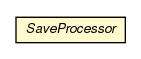
Before: javadoc/coreserver/com/connectlife/coreserver/environment/SaveProcessor.png, a diagram exported from Graphviz (ericpinet/ConnectLife). Its source is kept beside it as javadoc/coreserver/com/connectlife/coreserver/environment/SaveProcessor.dot.
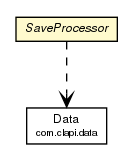
The same diagram one commit later.

The edit, as a diff of the source:
```diff
@@ -4,9 +4,16 @@
 	node [fontname="Helvetica",fontsize=10,shape=plaintext];
 	nodesep=0.25;
 	ranksep=0.5;
-	c1137 [label=<<table title="com.connectlife.coreserver.environment.SaveProcessor" border="0" cellborder="1" cellspacing="0" cellpadding="2" port="p" bgcolor="lemonChiffon" href="./SaveProcessor.html">
+	c1257 [label=<<table title="com.connectlife.coreserver.environment.SaveProcessor" border="0" cellborder="1" cellspacing="0" cellpadding="2" port="p" bgcolor="lemonChiffon" href="./SaveProcessor.html">
 		<tr><td><table border="0" cellspacing="0" cellpadding="1">
 <tr><td align="center" balign="center"><font face="Helvetica-Oblique"> SaveProcessor </font></td></tr>
 		</table></td></tr>
-		</table>>, fontname="Helvetica", fontcolor="black", fontsize=10.0];
+		</table>>, fontname="Helvetica", fontcolor="black", fontsize=9.0];
+	c1257:p -> c1283:p [taillabel="", label="", headlabel="", fontname="Helvetica", fontcolor="black", fontsize=10.0, color="black", arrowhead=open, style=dashed];
+	c1283 [label=<<table title="com.clapi.data.Data" border="0" cellborder="1" cellspacing="0" cellpadding="2" port="p" href="http://java.sun.com/j2se/1.4.2/docs/api/com/clapi/data/Data.html">
+		<tr><td><table border="0" cellspacing="0" cellpadding="1">
+<tr><td align="center" balign="center"> Data </td></tr>
+<tr><td align="center" balign="center"><font point-size="7.0"> com.clapi.data </font></td></tr>
+		</table></td></tr>
+		</table>>, fontname="Helvetica", fontcolor="black", fontsize=9.0];
 }
```
